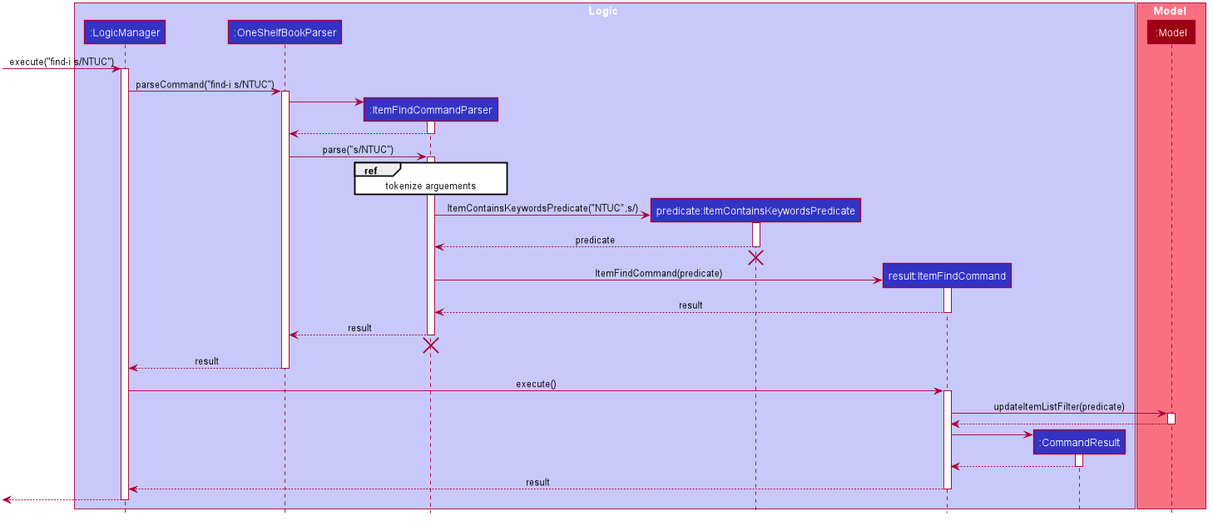
Earlier version of the PlantUML export docs/images/ItemFindCommandSequenceDiagram.png (nus-cs2103-AY2021S1/tp). Source of this version:
```plantuml
@startuml








skinparam BackgroundColor #FFFFFFF

skinparam Shadowing false

skinparam Class {
    FontColor #FFFFFF
    BorderThickness 1
    BorderColor #FFFFFF
    StereotypeFontColor #FFFFFF
    FontName Arial
}

skinparam Actor {
    BorderColor #000000
    Color #000000
    FontName Arial
}

skinparam Sequence {
    MessageAlign center
    BoxFontSize 15
    BoxPadding 0
    BoxFontColor #FFFFFF
    FontName Arial
}

skinparam Participant {
    FontColor #FFFFFFF
    Padding 20
}

skinparam MinClassWidth 50
skinparam ParticipantPadding 10
skinparam Shadowing false
skinparam DefaultTextAlignment center
skinparam packageStyle Rectangle

hide footbox
hide members
hide circle

box Logic #C8C8FA
participant ":LogicManager" as LogicManager #3333C4
participant ":OneShelfBookParser" as AddressBookParser #3333C4
participant ":ItemFindCommandParser" as ItemFindCommandParser #3333C4
participant "predicate:ItemContainsKeywordsPredicate" as ItemContainsKeywordsPredicate #3333C4
participant "result:ItemFindCommand" as ItemFindCommand #3333C4
participant ":CommandResult" as CommandResult #3333C4
end box

box Model #F97181
participant ":Model" as Model #9D0012
end box

[-> LogicManager : execute("find-i s/NTUC")
activate LogicManager

LogicManager -> AddressBookParser : parseCommand("find-i s/NTUC")
activate AddressBookParser

create ItemFindCommandParser
AddressBookParser -> ItemFindCommandParser
activate ItemFindCommandParser


ItemFindCommandParser --> AddressBookParser
deactivate ItemFindCommandParser

AddressBookParser -> ItemFindCommandParser : parse("s/NTUC")
activate ItemFindCommandParser

ref over ItemFindCommandParser : tokenize arguements

create ItemContainsKeywordsPredicate
ItemFindCommandParser -> ItemContainsKeywordsPredicate : ItemContainsKeywordsPredicate("NTUC",s/)
activate ItemContainsKeywordsPredicate

ItemContainsKeywordsPredicate --> ItemFindCommandParser : predicate
deactivate ItemContainsKeywordsPredicate
ItemContainsKeywordsPredicate -[hidden]-> ItemFindCommandParser
destroy ItemContainsKeywordsPredicate

create ItemFindCommand
ItemFindCommandParser -> ItemFindCommand : ItemFindCommand(predicate)
activate ItemFindCommand

ItemFindCommand --> ItemFindCommandParser : result
deactivate ItemFindCommand

ItemFindCommandParser --> AddressBookParser : result
deactivate ItemFindCommandParser
ItemFindCommandParser -[hidden]-> AddressBookParser
destroy ItemFindCommandParser

AddressBookParser --> LogicManager : result
deactivate AddressBookParser

LogicManager -> ItemFindCommand : execute()
activate ItemFindCommand

ItemFindCommand -> Model : updateItemListFilter(predicate)
activate Model

Model --> ItemFindCommand
deactivate Model

create CommandResult
ItemFindCommand -> CommandResult
activate CommandResult

CommandResult --> ItemFindCommand
deactivate CommandResult

ItemFindCommand --> LogicManager : result
deactivate ItemFindCommand

[<--LogicManager
deactivate LogicManager

@enduml
```
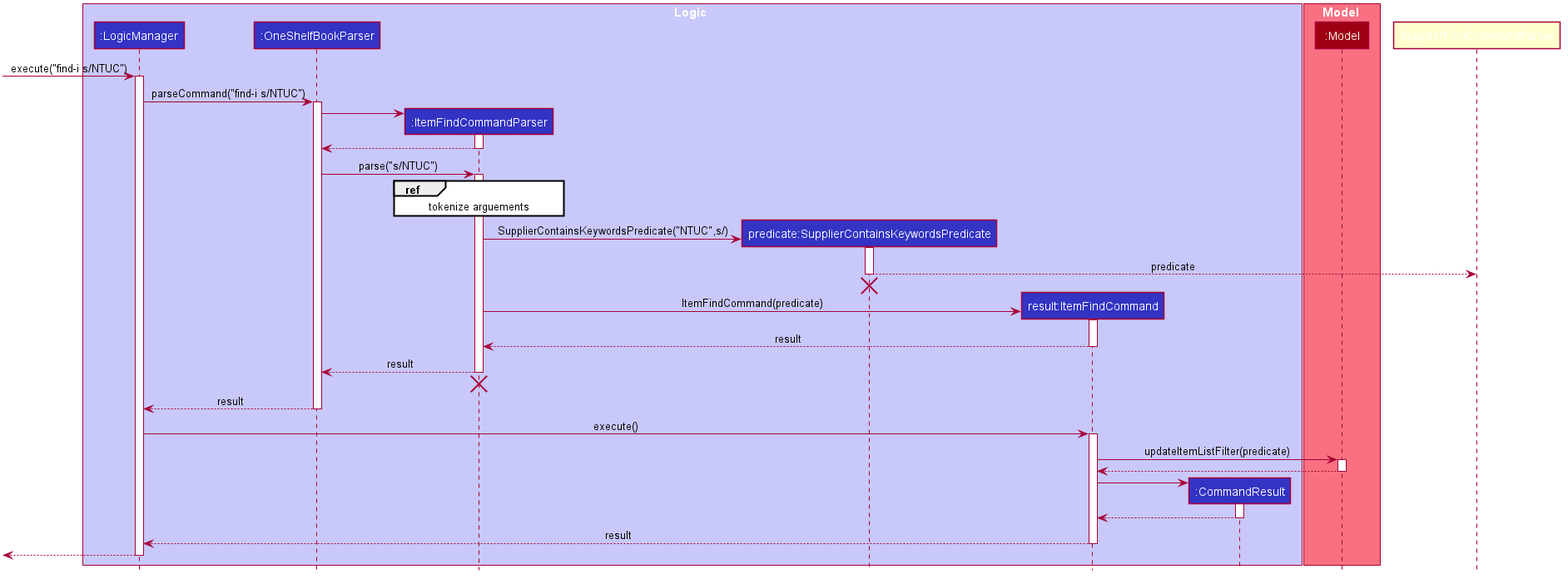
The same diagram one commit later.

Change to the diagram source:
```diff
@@ -52,7 +52,7 @@
 participant ":LogicManager" as LogicManager #3333C4
 participant ":OneShelfBookParser" as AddressBookParser #3333C4
 participant ":ItemFindCommandParser" as ItemFindCommandParser #3333C4
-participant "predicate:ItemContainsKeywordsPredicate" as ItemContainsKeywordsPredicate #3333C4
+participant "predicate:SupplierContainsKeywordsPredicate" as SupplierContainsKeywordsPredicate #3333C4
 participant "result:ItemFindCommand" as ItemFindCommand #3333C4
 participant ":CommandResult" as CommandResult #3333C4
 end box
@@ -80,14 +80,14 @@
 
 ref over ItemFindCommandParser : tokenize arguements
 
-create ItemContainsKeywordsPredicate
-ItemFindCommandParser -> ItemContainsKeywordsPredicate : ItemContainsKeywordsPredicate("NTUC",s/)
-activate ItemContainsKeywordsPredicate
+create SupplierContainsKeywordsPredicate
+ItemFindCommandParser -> SupplierContainsKeywordsPredicate : SupplierContainsKeywordsPredicate("NTUC",s/)
+activate SupplierContainsKeywordsPredicate
 
-ItemContainsKeywordsPredicate --> ItemFindCommandParser : predicate
-deactivate ItemContainsKeywordsPredicate
-ItemContainsKeywordsPredicate -[hidden]-> ItemFindCommandParser
-destroy ItemContainsKeywordsPredicate
+SupplierContainsKeywordsPredicate --> SupplierFindCommandParser : predicate
+deactivate SupplierContainsKeywordsPredicate
+SupplierContainsKeywordsPredicate -[hidden]-> ItemFindCommandParser
+destroy SupplierContainsKeywordsPredicate
 
 create ItemFindCommand
 ItemFindCommandParser -> ItemFindCommand : ItemFindCommand(predicate)
```
